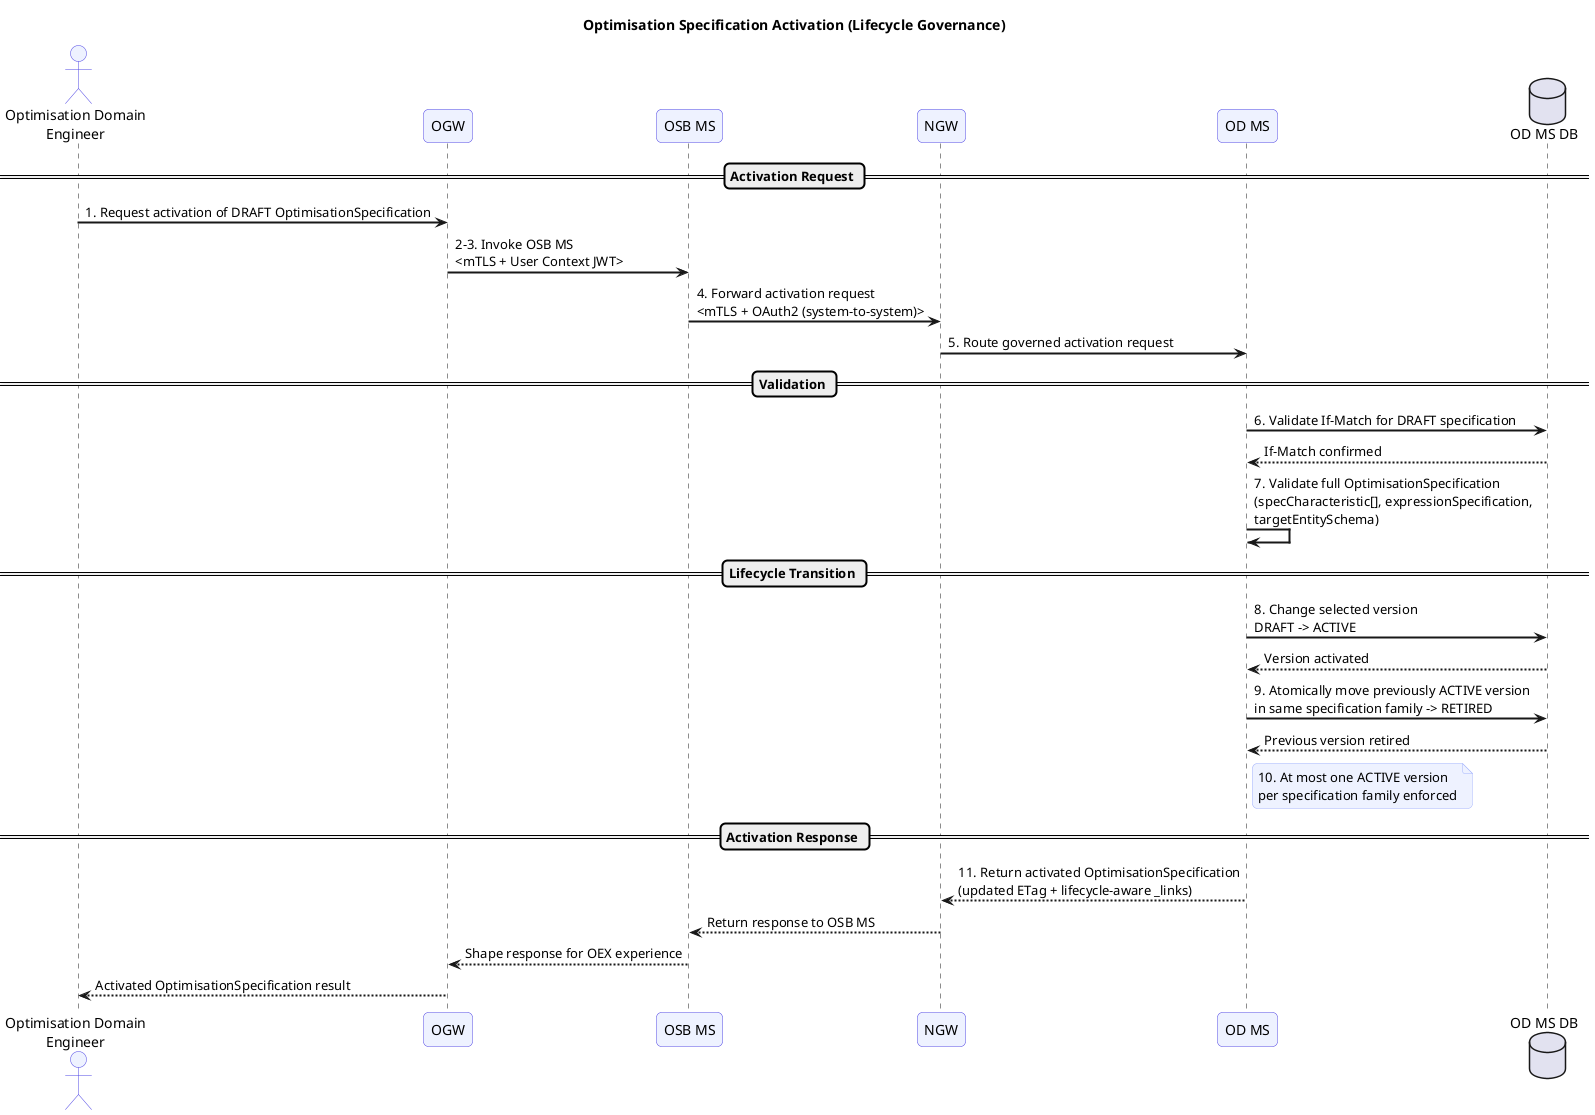
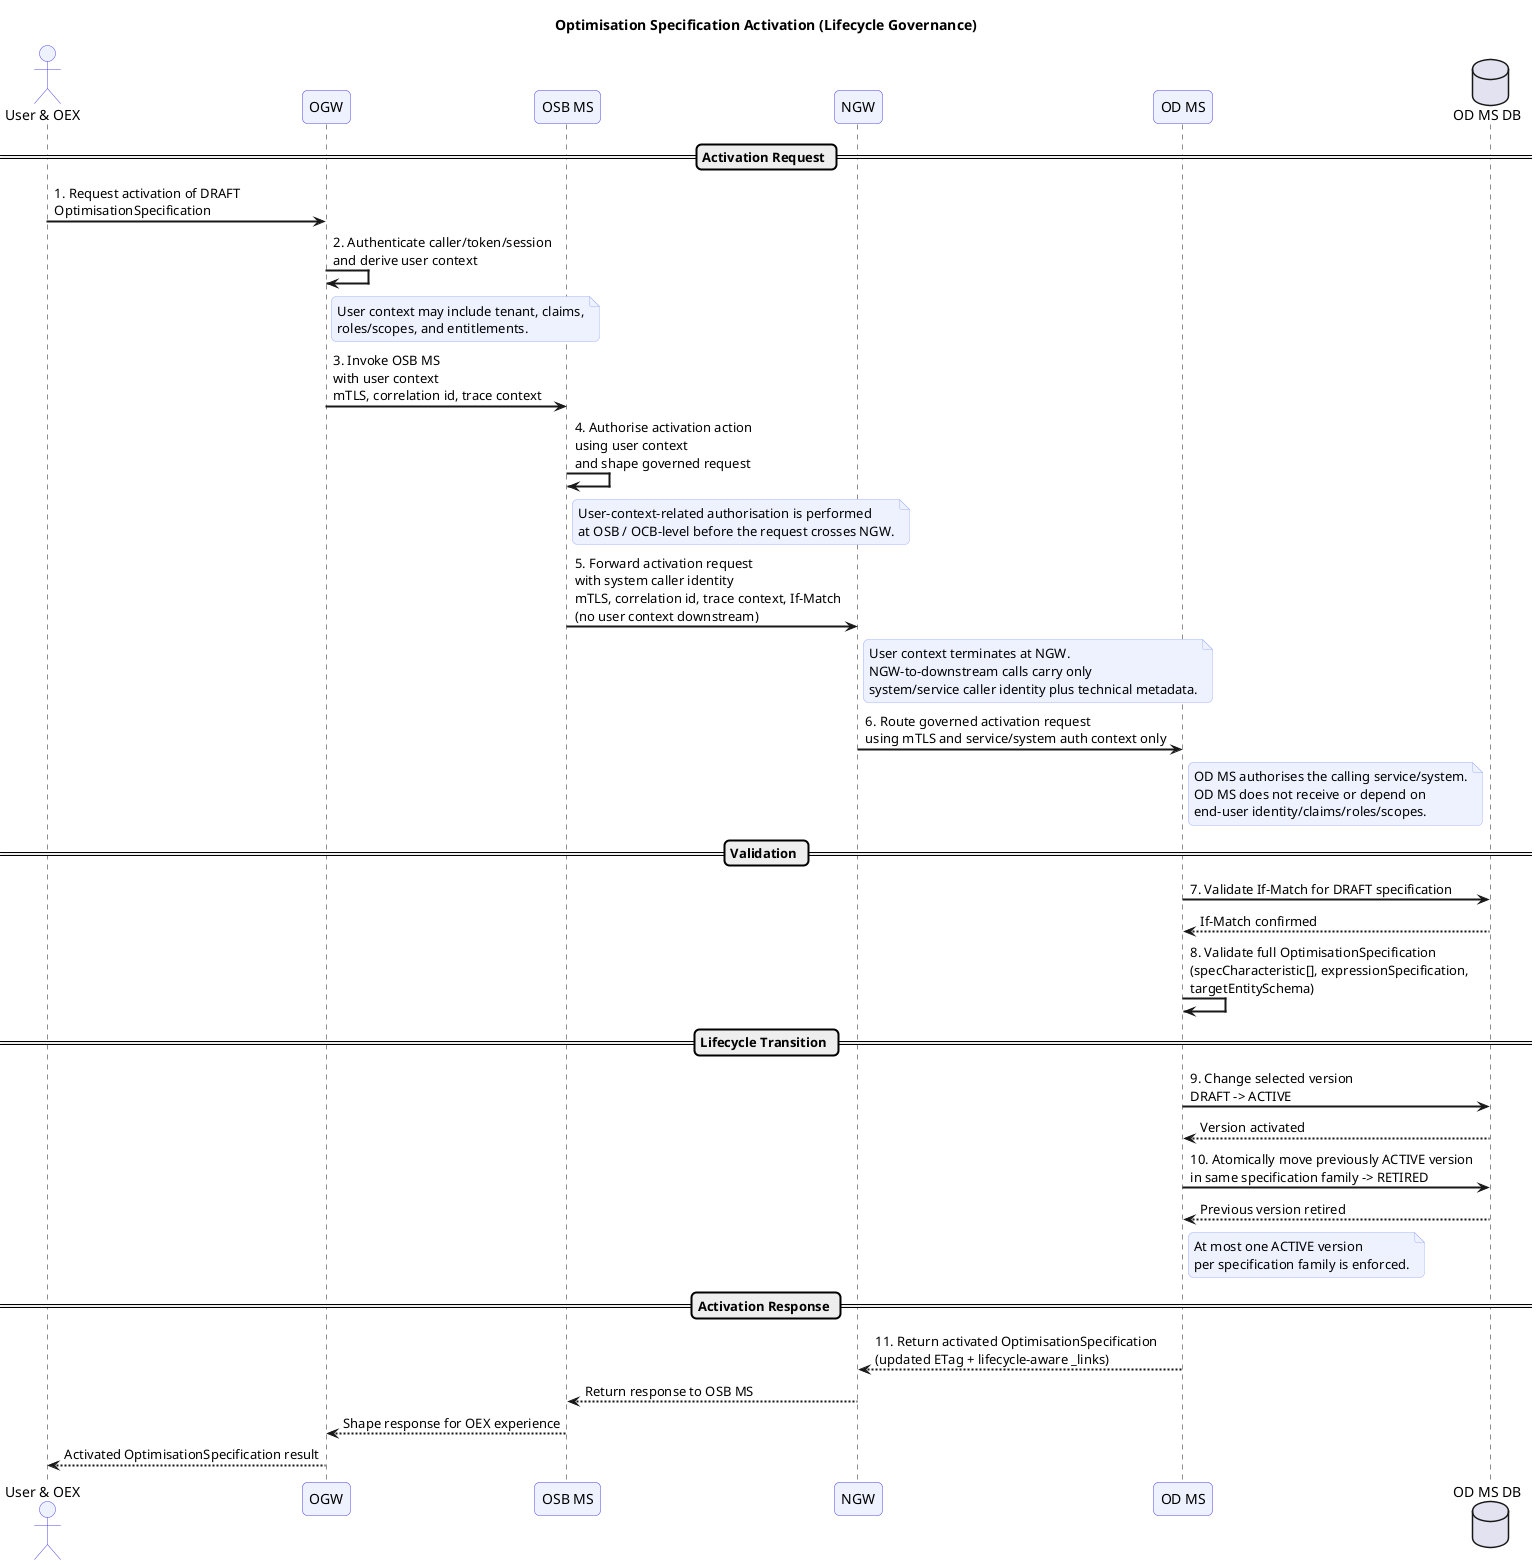
@startuml
title Optimisation Specification Activation (Lifecycle Governance)

skinparam sequenceArrowThickness 2
skinparam roundcorner 10
skinparam sequenceParticipantBackgroundColor #EEF2FF
skinparam sequenceParticipantBorderColor #4F46E5
skinparam sequenceActorBackgroundColor #EEF2FF
skinparam sequenceActorBorderColor #4F46E5
skinparam noteBorderColor #A5B4FC
skinparam noteBackgroundColor #EEF2FF

- actor "Optimisation Domain\nEngineer" as Engineer
+ actor "User & OEX " as Caller
participant "OGW" as OGW
participant "OSB MS" as OSB
participant "NGW" as NGW
participant "OD MS" as ODMS
database "OD MS DB" as ODDB

== Activation Request ==

- Engineer -> OGW : 1. Request activation of DRAFT OptimisationSpecification
- OGW -> OSB : 2-3. Invoke OSB MS\n<mTLS + User Context JWT>
- OSB -> NGW : 4. Forward activation request\n<mTLS + OAuth2 (system-to-system)>
- NGW -> ODMS : 5. Route governed activation request
+ Caller -> OGW : 1. Request activation of DRAFT\nOptimisationSpecification
+ OGW -> OGW : 2. Authenticate caller/token/session\nand derive user context
+ note right of OGW
+ User context may include tenant, claims,
+ roles/scopes, and entitlements.
+ end note
+ 
+ OGW -> OSB : 3. Invoke OSB MS\nwith user context\nmTLS, correlation id, trace context
+ OSB -> OSB : 4. Authorise activation action\nusing user context\nand shape governed request
+ note right of OSB
+ User-context-related authorisation is performed
+ at OSB / OCB-level before the request crosses NGW.
+ end note
+ 
+ OSB -> NGW : 5. Forward activation request\nwith system caller identity\nmTLS, correlation id, trace context, If-Match\n(no user context downstream)
+ note right of NGW
+ User context terminates at NGW.
+ NGW-to-downstream calls carry only
+ system/service caller identity plus technical metadata.
+ end note
+ 
+ NGW -> ODMS : 6. Route governed activation request\nusing mTLS and service/system auth context only
+ note right of ODMS
+ OD MS authorises the calling service/system.
+ OD MS does not receive or depend on
+ end-user identity/claims/roles/scopes.
+ end note

== Validation ==

- ODMS -> ODDB : 6. Validate If-Match for DRAFT specification
+ ODMS -> ODDB : 7. Validate If-Match for DRAFT specification
ODDB --> ODMS : If-Match confirmed
- ODMS -> ODMS : 7. Validate full OptimisationSpecification\n(specCharacteristic[], expressionSpecification,\ntargetEntitySchema)
+ ODMS -> ODMS : 8. Validate full OptimisationSpecification\n(specCharacteristic[], expressionSpecification,\ntargetEntitySchema)

== Lifecycle Transition ==

- ODMS -> ODDB : 8. Change selected version\nDRAFT -> ACTIVE
+ ODMS -> ODDB : 9. Change selected version\nDRAFT -> ACTIVE
ODDB --> ODMS : Version activated
- ODMS -> ODDB : 9. Atomically move previously ACTIVE version\nin same specification family -> RETIRED
+ ODMS -> ODDB : 10. Atomically move previously ACTIVE version\nin same specification family -> RETIRED
ODDB --> ODMS : Previous version retired
- note right of ODMS : 10. At most one ACTIVE version\nper specification family enforced
+ 
+ note right of ODMS
+ At most one ACTIVE version
+ per specification family is enforced.
+ end note

== Activation Response ==

ODMS --> NGW : 11. Return activated OptimisationSpecification\n(updated ETag + lifecycle-aware _links)
NGW --> OSB : Return response to OSB MS
OSB --> OGW : Shape response for OEX experience
- OGW --> Engineer : Activated OptimisationSpecification result
+ OGW --> Caller : Activated OptimisationSpecification result

@enduml
